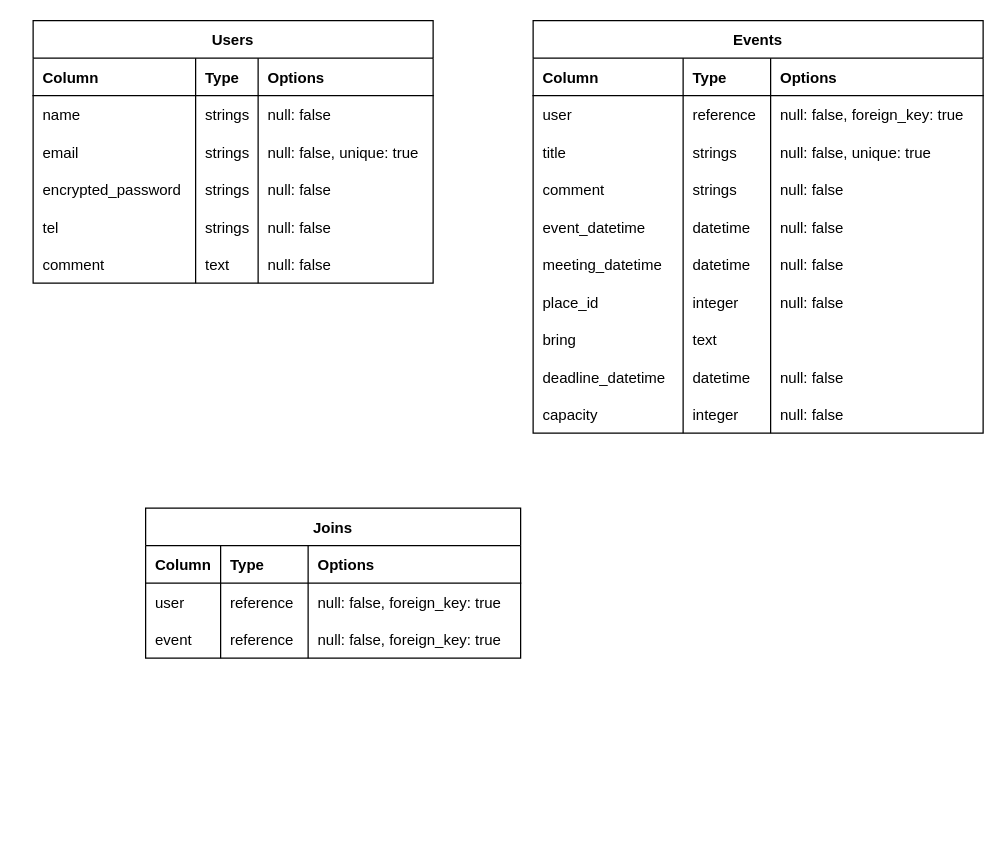
s-inoway/event_reserve keeps this draw.io diagram as ERmap.dio. Above is the earlier version. Source tidied: cells renumbered, new cells numbered last; positions are measured from the earlier drawing's top-left corner, leaving out a move shared by most shapes. Both pictures are drawn from the tidied source at 125%, with x=0, y=0 at pixel (32, 20).
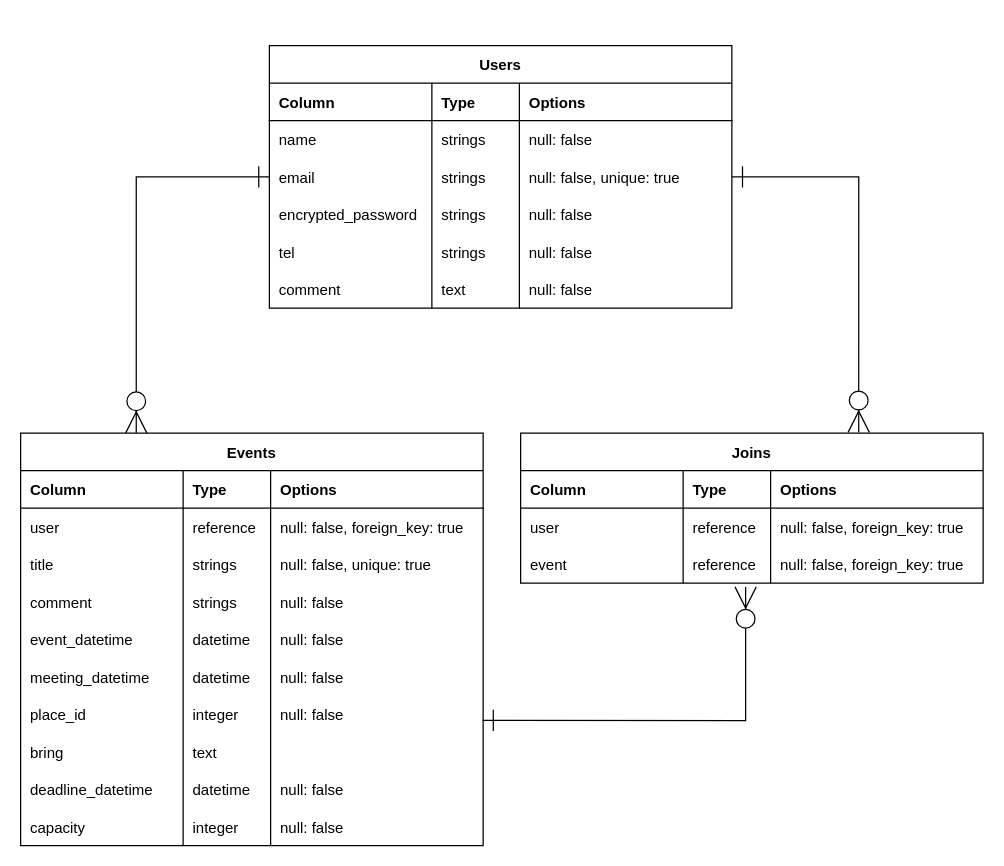
The same page after the edit.

Change to the diagram source:
```diff
@@
+    <mxCell id="81" style="edgeStyle=orthogonalEdgeStyle;rounded=0;jettySize=auto;html=1;entryX=0.25;entryY=0;entryDx=0;entryDy=0;exitX=0;exitY=0.5;exitDx=0;exitDy=0;endArrow=ERzeroToMany;endFill=1;endSize=15;startSize=15;startArrow=ERone;startFill=0;" parent="1" edge="1" source="11" target="27">
+      <mxGeometry relative="1" as="geometry" />
+    </mxCell>
     <mxCell id="2" value="Users" style="shape=table;startSize=30;childLayout=tableLayout;rowLines=0;fontStyle=1;align=center;flipV=0;flipH=0;" parent="1" vertex="1">
-      <mxGeometry width="320" height="210" as="geometry" />
+      <mxGeometry x="189" y="20" width="370" height="210" as="geometry" />
     </mxCell>
     <mxCell id="3" style="shape=partialRectangle;fillColor=none;top=0;left=0;bottom=1;right=0;labelBorderColor=#000000;" parent="2" vertex="1">
-      <mxGeometry y="30" width="320" height="30" as="geometry" />
+      <mxGeometry y="30" width="370" height="30" as="geometry" />
     </mxCell>
@@
     <mxCell id="5" value="Type" style="shape=partialRectangle;fillColor=none;top=0;left=0;bottom=0;right=0;align=left;spacingLeft=6;overflow=hidden;fontStyle=1;" parent="3" vertex="1">
-      <mxGeometry x="130" width="50" height="30" as="geometry" />
+      <mxGeometry x="130" width="70" height="30" as="geometry" />
     </mxCell>
     <mxCell id="6" value="Options" style="shape=partialRectangle;fillColor=none;top=0;left=0;bottom=0;right=0;align=left;spacingLeft=6;overflow=hidden;fontStyle=1;" parent="3" vertex="1">
-      <mxGeometry x="180" width="140" height="30" as="geometry" />
+      <mxGeometry x="200" width="170" height="30" as="geometry" />
     </mxCell>
     <mxCell id="7" style="shape=partialRectangle;fillColor=none;top=0;left=0;bottom=0;right=0;" parent="2" vertex="1">
-      <mxGeometry y="60" width="320" height="30" as="geometry" />
+      <mxGeometry y="60" width="370" height="30" as="geometry" />
     </mxCell>
@@
     <mxCell id="9" value="strings" style="shape=partialRectangle;fillColor=none;top=0;left=0;bottom=0;right=0;align=left;spacingLeft=6;overflow=hidden;" parent="7" vertex="1">
-      <mxGeometry x="130" width="50" height="30" as="geometry" />
+      <mxGeometry x="130" width="70" height="30" as="geometry" />
     </mxCell>
     <mxCell id="10" value="null: false" style="shape=partialRectangle;fillColor=none;top=0;left=0;bottom=0;right=0;align=left;spacingLeft=6;overflow=hidden;" parent="7" vertex="1">
-      <mxGeometry x="180" width="140" height="30" as="geometry" />
+      <mxGeometry x="200" width="170" height="30" as="geometry" />
     </mxCell>
     <mxCell id="11" style="shape=partialRectangle;fillColor=none;top=0;left=0;bottom=0;right=0;points=[[0,0.5],[1,0.5]];portConstraint=eastwest;" parent="2" vertex="1">
-      <mxGeometry y="90" width="320" height="30" as="geometry" />
+      <mxGeometry y="90" width="370" height="30" as="geometry" />
     </mxCell>
@@
     <mxCell id="13" value="strings" style="shape=partialRectangle;fillColor=none;top=0;left=0;bottom=0;right=0;align=left;spacingLeft=6;overflow=hidden;" parent="11" vertex="1">
-      <mxGeometry x="130" width="50" height="30" as="geometry" />
+      <mxGeometry x="130" width="70" height="30" as="geometry" />
     </mxCell>
     <mxCell id="14" value="null: false, unique: true" style="shape=partialRectangle;fillColor=none;top=0;left=0;bottom=0;right=0;align=left;spacingLeft=6;overflow=hidden;" parent="11" vertex="1">
-      <mxGeometry x="180" width="140" height="30" as="geometry" />
+      <mxGeometry x="200" width="170" height="30" as="geometry" />
     </mxCell>
     <mxCell id="15" style="shape=partialRectangle;fillColor=none;top=0;left=0;bottom=0;right=0;" parent="2" vertex="1">
-      <mxGeometry y="120" width="320" height="30" as="geometry" />
+      <mxGeometry y="120" width="370" height="30" as="geometry" />
     </mxCell>
@@
     <mxCell id="17" value="strings" style="shape=partialRectangle;fillColor=none;top=0;left=0;bottom=0;right=0;align=left;spacingLeft=6;overflow=hidden;" parent="15" vertex="1">
-      <mxGeometry x="130" width="50" height="30" as="geometry" />
+      <mxGeometry x="130" width="70" height="30" as="geometry" />
     </mxCell>
     <mxCell id="18" value="null: false" style="shape=partialRectangle;fillColor=none;top=0;left=0;bottom=0;right=0;align=left;spacingLeft=6;overflow=hidden;" parent="15" vertex="1">
-      <mxGeometry x="180" width="140" height="30" as="geometry" />
+      <mxGeometry x="200" width="170" height="30" as="geometry" />
     </mxCell>
     <mxCell id="19" style="shape=partialRectangle;fillColor=none;top=0;left=0;bottom=0;right=0;" parent="2" vertex="1">
-      <mxGeometry y="150" width="320" height="30" as="geometry" />
+      <mxGeometry y="150" width="370" height="30" as="geometry" />
     </mxCell>
@@
     <mxCell id="21" value="strings" style="shape=partialRectangle;fillColor=none;top=0;left=0;bottom=0;right=0;align=left;spacingLeft=6;overflow=hidden;" parent="19" vertex="1">
-      <mxGeometry x="130" width="50" height="30" as="geometry" />
+      <mxGeometry x="130" width="70" height="30" as="geometry" />
     </mxCell>
     <mxCell id="22" value="null: false" style="shape=partialRectangle;fillColor=none;top=0;left=0;bottom=0;right=0;align=left;spacingLeft=6;overflow=hidden;" parent="19" vertex="1">
-      <mxGeometry x="180" width="140" height="30" as="geometry" />
+      <mxGeometry x="200" width="170" height="30" as="geometry" />
     </mxCell>
     <mxCell id="23" style="shape=partialRectangle;fillColor=none;top=0;left=0;bottom=0;right=0;" parent="2" vertex="1">
-      <mxGeometry y="180" width="320" height="30" as="geometry" />
+      <mxGeometry y="180" width="370" height="30" as="geometry" />
     </mxCell>
@@
     <mxCell id="25" value="text" style="shape=partialRectangle;fillColor=none;top=0;left=0;bottom=0;right=0;align=left;spacingLeft=6;overflow=hidden;" parent="23" vertex="1">
-      <mxGeometry x="130" width="50" height="30" as="geometry" />
+      <mxGeometry x="130" width="70" height="30" as="geometry" />
     </mxCell>
     <mxCell id="26" value="null: false" style="shape=partialRectangle;fillColor=none;top=0;left=0;bottom=0;right=0;align=left;spacingLeft=6;overflow=hidden;" parent="23" vertex="1">
-      <mxGeometry x="180" width="140" height="30" as="geometry" />
+      <mxGeometry x="200" width="170" height="30" as="geometry" />
     </mxCell>
     <mxCell id="27" value="Events" style="shape=table;startSize=30;childLayout=tableLayout;rowLines=0;fontStyle=1;align=center;flipV=0;flipH=0;" parent="1" vertex="1">
-      <mxGeometry x="400" width="360" height="330" as="geometry" />
+      <mxGeometry x="-10" y="330" width="370" height="330" as="geometry" />
     </mxCell>
     <mxCell id="28" style="shape=partialRectangle;fillColor=none;top=0;left=0;bottom=1;right=0;labelBorderColor=#000000;" parent="27" vertex="1">
-      <mxGeometry y="30" width="360" height="30" as="geometry" />
+      <mxGeometry y="30" width="370" height="30" as="geometry" />
     </mxCell>
     <mxCell id="29" value="Column" style="shape=partialRectangle;fillColor=none;top=0;left=0;bottom=0;right=0;align=left;spacingLeft=6;overflow=hidden;fontStyle=1;" parent="28" vertex="1">
-      <mxGeometry width="120" height="30" as="geometry" />
+      <mxGeometry width="130" height="30" as="geometry" />
     </mxCell>
     <mxCell id="30" value="Type" style="shape=partialRectangle;fillColor=none;top=0;left=0;bottom=0;right=0;align=left;spacingLeft=6;overflow=hidden;fontStyle=1;" parent="28" vertex="1">
-      <mxGeometry x="120" width="70" height="30" as="geometry" />
+      <mxGeometry x="130" width="70" height="30" as="geometry" />
     </mxCell>
     <mxCell id="31" value="Options" style="shape=partialRectangle;fillColor=none;top=0;left=0;bottom=0;right=0;align=left;spacingLeft=6;overflow=hidden;fontStyle=1;" parent="28" vertex="1">
-      <mxGeometry x="190" width="170" height="30" as="geometry" />
+      <mxGeometry x="200" width="170" height="30" as="geometry" />
     </mxCell>
     <mxCell id="32" style="shape=partialRectangle;fillColor=none;top=0;left=0;bottom=0;right=0;" parent="27" vertex="1">
-      <mxGeometry y="60" width="360" height="30" as="geometry" />
+      <mxGeometry y="60" width="370" height="30" as="geometry" />
     </mxCell>
     <mxCell id="33" value="user" style="shape=partialRectangle;fillColor=none;top=0;left=0;bottom=0;right=0;align=left;spacingLeft=6;overflow=hidden;" parent="32" vertex="1">
-      <mxGeometry width="120" height="30" as="geometry" />
+      <mxGeometry width="130" height="30" as="geometry" />
     </mxCell>
     <mxCell id="34" value="reference" style="shape=partialRectangle;fillColor=none;top=0;left=0;bottom=0;right=0;align=left;spacingLeft=6;overflow=hidden;" parent="32" vertex="1">
-      <mxGeometry x="120" width="70" height="30" as="geometry" />
+      <mxGeometry x="130" width="70" height="30" as="geometry" />
     </mxCell>
     <mxCell id="35" value="null: false, foreign_key: true" style="shape=partialRectangle;fillColor=none;top=0;left=0;bottom=0;right=0;align=left;spacingLeft=6;overflow=hidden;" parent="32" vertex="1">
-      <mxGeometry x="190" width="170" height="30" as="geometry" />
+      <mxGeometry x="200" width="170" height="30" as="geometry" />
     </mxCell>
     <mxCell id="36" style="shape=partialRectangle;fillColor=none;top=0;left=0;bottom=0;right=0;" parent="27" vertex="1">
-      <mxGeometry y="90" width="360" height="30" as="geometry" />
+      <mxGeometry y="90" width="370" height="30" as="geometry" />
     </mxCell>
     <mxCell id="37" value="title" style="shape=partialRectangle;fillColor=none;top=0;left=0;bottom=0;right=0;align=left;spacingLeft=6;overflow=hidden;" parent="36" vertex="1">
-      <mxGeometry width="120" height="30" as="geometry" />
+      <mxGeometry width="130" height="30" as="geometry" />
     </mxCell>
     <mxCell id="38" value="strings" style="shape=partialRectangle;fillColor=none;top=0;left=0;bottom=0;right=0;align=left;spacingLeft=6;overflow=hidden;" parent="36" vertex="1">
-      <mxGeometry x="120" width="70" height="30" as="geometry" />
+      <mxGeometry x="130" width="70" height="30" as="geometry" />
     </mxCell>
     <mxCell id="39" value="null: false, unique: true" style="shape=partialRectangle;fillColor=none;top=0;left=0;bottom=0;right=0;align=left;spacingLeft=6;overflow=hidden;" parent="36" vertex="1">
-      <mxGeometry x="190" width="170" height="30" as="geometry" />
+      <mxGeometry x="200" width="170" height="30" as="geometry" />
     </mxCell>
     <mxCell id="40" style="shape=partialRectangle;fillColor=none;top=0;left=0;bottom=0;right=0;" parent="27" vertex="1">
-      <mxGeometry y="120" width="360" height="30" as="geometry" />
+      <mxGeometry y="120" width="370" height="30" as="geometry" />
     </mxCell>
     <mxCell id="41" value="comment" style="shape=partialRectangle;fillColor=none;top=0;left=0;bottom=0;right=0;align=left;spacingLeft=6;overflow=hidden;" parent="40" vertex="1">
-      <mxGeometry width="120" height="30" as="geometry" />
+      <mxGeometry width="130" height="30" as="geometry" />
     </mxCell>
     <mxCell id="42" value="strings" style="shape=partialRectangle;fillColor=none;top=0;left=0;bottom=0;right=0;align=left;spacingLeft=6;overflow=hidden;" parent="40" vertex="1">
-      <mxGeometry x="120" width="70" height="30" as="geometry" />
+      <mxGeometry x="130" width="70" height="30" as="geometry" />
     </mxCell>
     <mxCell id="43" value="null: false" style="shape=partialRectangle;fillColor=none;top=0;left=0;bottom=0;right=0;align=left;spacingLeft=6;overflow=hidden;" parent="40" vertex="1">
-      <mxGeometry x="190" width="170" height="30" as="geometry" />
+      <mxGeometry x="200" width="170" height="30" as="geometry" />
     </mxCell>
     <mxCell id="44" style="shape=partialRectangle;fillColor=none;top=0;left=0;bottom=0;right=0;" parent="27" vertex="1">
-      <mxGeometry y="150" width="360" height="30" as="geometry" />
+      <mxGeometry y="150" width="370" height="30" as="geometry" />
     </mxCell>
     <mxCell id="45" value="event_datetime" style="shape=partialRectangle;fillColor=none;top=0;left=0;bottom=0;right=0;align=left;spacingLeft=6;overflow=hidden;" parent="44" vertex="1">
-      <mxGeometry width="120" height="30" as="geometry" />
+      <mxGeometry width="130" height="30" as="geometry" />
     </mxCell>
     <mxCell id="46" value="datetime" style="shape=partialRectangle;fillColor=none;top=0;left=0;bottom=0;right=0;align=left;spacingLeft=6;overflow=hidden;" parent="44" vertex="1">
-      <mxGeometry x="120" width="70" height="30" as="geometry" />
+      <mxGeometry x="130" width="70" height="30" as="geometry" />
     </mxCell>
     <mxCell id="47" value="null: false" style="shape=partialRectangle;fillColor=none;top=0;left=0;bottom=0;right=0;align=left;spacingLeft=6;overflow=hidden;" parent="44" vertex="1">
-      <mxGeometry x="190" width="170" height="30" as="geometry" />
+      <mxGeometry x="200" width="170" height="30" as="geometry" />
     </mxCell>
     <mxCell id="48" style="shape=partialRectangle;fillColor=none;top=0;left=0;bottom=0;right=0;" parent="27" vertex="1">
-      <mxGeometry y="180" width="360" height="30" as="geometry" />
+      <mxGeometry y="180" width="370" height="30" as="geometry" />
     </mxCell>
     <mxCell id="49" value="meeting_datetime" style="shape=partialRectangle;fillColor=none;top=0;left=0;bottom=0;right=0;align=left;spacingLeft=6;overflow=hidden;" parent="48" vertex="1">
-      <mxGeometry width="120" height="30" as="geometry" />
+      <mxGeometry width="130" height="30" as="geometry" />
     </mxCell>
     <mxCell id="50" value="datetime" style="shape=partialRectangle;fillColor=none;top=0;left=0;bottom=0;right=0;align=left;spacingLeft=6;overflow=hidden;" parent="48" vertex="1">
-      <mxGeometry x="120" width="70" height="30" as="geometry" />
+      <mxGeometry x="130" width="70" height="30" as="geometry" />
     </mxCell>
     <mxCell id="51" value="null: false" style="shape=partialRectangle;fillColor=none;top=0;left=0;bottom=0;right=0;align=left;spacingLeft=6;overflow=hidden;" parent="48" vertex="1">
-      <mxGeometry x="190" width="170" height="30" as="geometry" />
+      <mxGeometry x="200" width="170" height="30" as="geometry" />
     </mxCell>
     <mxCell id="52" style="shape=partialRectangle;fillColor=none;top=0;left=0;bottom=0;right=0;points=[[0,0.5],[1,0.5]];portConstraint=eastwest;" parent="27" vertex="1">
-      <mxGeometry y="210" width="360" height="30" as="geometry" />
+      <mxGeometry y="210" width="370" height="30" as="geometry" />
     </mxCell>
     <mxCell id="53" value="place_id" style="shape=partialRectangle;fillColor=none;top=0;left=0;bottom=0;right=0;align=left;spacingLeft=6;overflow=hidden;" parent="52" vertex="1">
-      <mxGeometry width="120" height="30" as="geometry" />
+      <mxGeometry width="130" height="30" as="geometry" />
     </mxCell>
     <mxCell id="54" value="integer" style="shape=partialRectangle;fillColor=none;top=0;left=0;bottom=0;right=0;align=left;spacingLeft=6;overflow=hidden;" parent="52" vertex="1">
-      <mxGeometry x="120" width="70" height="30" as="geometry" />
+      <mxGeometry x="130" width="70" height="30" as="geometry" />
     </mxCell>
     <mxCell id="55" value="null: false" style="shape=partialRectangle;fillColor=none;top=0;left=0;bottom=0;right=0;align=left;spacingLeft=6;overflow=hidden;" parent="52" vertex="1">
-      <mxGeometry x="190" width="170" height="30" as="geometry" />
+      <mxGeometry x="200" width="170" height="30" as="geometry" />
     </mxCell>
     <mxCell id="56" style="shape=partialRectangle;fillColor=none;top=0;left=0;bottom=0;right=0;" parent="27" vertex="1">
-      <mxGeometry y="240" width="360" height="30" as="geometry" />
+      <mxGeometry y="240" width="370" height="30" as="geometry" />
     </mxCell>
     <mxCell id="57" value="bring" style="shape=partialRectangle;fillColor=none;top=0;left=0;bottom=0;right=0;align=left;spacingLeft=6;overflow=hidden;" parent="56" vertex="1">
-      <mxGeometry width="120" height="30" as="geometry" />
+      <mxGeometry width="130" height="30" as="geometry" />
     </mxCell>
     <mxCell id="58" value="text" style="shape=partialRectangle;fillColor=none;top=0;left=0;bottom=0;right=0;align=left;spacingLeft=6;overflow=hidden;" parent="56" vertex="1">
-      <mxGeometry x="120" width="70" height="30" as="geometry" />
+      <mxGeometry x="130" width="70" height="30" as="geometry" />
     </mxCell>
     <mxCell id="59" style="shape=partialRectangle;fillColor=none;top=0;left=0;bottom=0;right=0;align=left;spacingLeft=6;overflow=hidden;" parent="56" vertex="1">
-      <mxGeometry x="190" width="170" height="30" as="geometry" />
+      <mxGeometry x="200" width="170" height="30" as="geometry" />
     </mxCell>
     <mxCell id="60" style="shape=partialRectangle;fillColor=none;top=0;left=0;bottom=0;right=0;" parent="27" vertex="1">
-      <mxGeometry y="270" width="360" height="30" as="geometry" />
+      <mxGeometry y="270" width="370" height="30" as="geometry" />
     </mxCell>
     <mxCell id="61" value="deadline_datetime" style="shape=partialRectangle;fillColor=none;top=0;left=0;bottom=0;right=0;align=left;spacingLeft=6;overflow=hidden;" parent="60" vertex="1">
-      <mxGeometry width="120" height="30" as="geometry" />
+      <mxGeometry width="130" height="30" as="geometry" />
     </mxCell>
     <mxCell id="62" value="datetime" style="shape=partialRectangle;fillColor=none;top=0;left=0;bottom=0;right=0;align=left;spacingLeft=6;overflow=hidden;" parent="60" vertex="1">
-      <mxGeometry x="120" width="70" height="30" as="geometry" />
+      <mxGeometry x="130" width="70" height="30" as="geometry" />
     </mxCell>
     <mxCell id="63" value="null: false" style="shape=partialRectangle;fillColor=none;top=0;left=0;bottom=0;right=0;align=left;spacingLeft=6;overflow=hidden;" parent="60" vertex="1">
-      <mxGeometry x="190" width="170" height="30" as="geometry" />
+      <mxGeometry x="200" width="170" height="30" as="geometry" />
     </mxCell>
     <mxCell id="64" style="shape=partialRectangle;fillColor=none;top=0;left=0;bottom=0;right=0;" parent="27" vertex="1">
-      <mxGeometry y="300" width="360" height="30" as="geometry" />
+      <mxGeometry y="300" width="370" height="30" as="geometry" />
     </mxCell>
     <mxCell id="65" value="capacity" style="shape=partialRectangle;fillColor=none;top=0;left=0;bottom=0;right=0;align=left;spacingLeft=6;overflow=hidden;" parent="64" vertex="1">
-      <mxGeometry width="120" height="30" as="geometry" />
+      <mxGeometry width="130" height="30" as="geometry" />
     </mxCell>
     <mxCell id="66" value="integer" style="shape=partialRectangle;fillColor=none;top=0;left=0;bottom=0;right=0;align=left;spacingLeft=6;overflow=hidden;" parent="64" vertex="1">
-      <mxGeometry x="120" width="70" height="30" as="geometry" />
+      <mxGeometry x="130" width="70" height="30" as="geometry" />
     </mxCell>
     <mxCell id="67" value="null: false" style="shape=partialRectangle;fillColor=none;top=0;left=0;bottom=0;right=0;align=left;spacingLeft=6;overflow=hidden;" parent="64" vertex="1">
-      <mxGeometry x="190" width="170" height="30" as="geometry" />
+      <mxGeometry x="200" width="170" height="30" as="geometry" />
     </mxCell>
     <mxCell id="68" value="Joins" style="shape=table;startSize=30;childLayout=tableLayout;rowLines=0;fontStyle=1;align=center;flipV=0;flipH=0;" parent="1" vertex="1">
-      <mxGeometry x="90" y="390" width="300" height="120" as="geometry" />
+      <mxGeometry x="390" y="330" width="370" height="120" as="geometry" />
     </mxCell>
     <mxCell id="69" style="shape=partialRectangle;fillColor=none;top=0;left=0;bottom=1;right=0;labelBorderColor=#000000;" parent="68" vertex="1">
-      <mxGeometry y="30" width="300" height="30" as="geometry" />
+      <mxGeometry y="30" width="370" height="30" as="geometry" />
     </mxCell>
     <mxCell id="70" value="Column" style="shape=partialRectangle;fillColor=none;top=0;left=0;bottom=0;right=0;align=left;spacingLeft=6;overflow=hidden;fontStyle=1;" parent="69" vertex="1">
-      <mxGeometry width="60" height="30" as="geometry" />
+      <mxGeometry width="130" height="30" as="geometry" />
     </mxCell>
     <mxCell id="71" value="Type" style="shape=partialRectangle;fillColor=none;top=0;left=0;bottom=0;right=0;align=left;spacingLeft=6;overflow=hidden;fontStyle=1;" parent="69" vertex="1">
-      <mxGeometry x="60" width="70" height="30" as="geometry" />
+      <mxGeometry x="130" width="70" height="30" as="geometry" />
     </mxCell>
     <mxCell id="72" value="Options" style="shape=partialRectangle;fillColor=none;top=0;left=0;bottom=0;right=0;align=left;spacingLeft=6;overflow=hidden;fontStyle=1;" parent="69" vertex="1">
-      <mxGeometry x="130" width="170" height="30" as="geometry" />
+      <mxGeometry x="200" width="170" height="30" as="geometry" />
     </mxCell>
     <mxCell id="73" style="shape=partialRectangle;fillColor=none;top=0;left=0;bottom=0;right=0;" parent="68" vertex="1">
-      <mxGeometry y="60" width="300" height="30" as="geometry" />
+      <mxGeometry y="60" width="370" height="30" as="geometry" />
     </mxCell>
     <mxCell id="74" value="user" style="shape=partialRectangle;fillColor=none;top=0;left=0;bottom=0;right=0;align=left;spacingLeft=6;overflow=hidden;" parent="73" vertex="1">
-      <mxGeometry width="60" height="30" as="geometry" />
+      <mxGeometry width="130" height="30" as="geometry" />
     </mxCell>
     <mxCell id="75" value="reference" style="shape=partialRectangle;fillColor=none;top=0;left=0;bottom=0;right=0;align=left;spacingLeft=6;overflow=hidden;" parent="73" vertex="1">
-      <mxGeometry x="60" width="70" height="30" as="geometry" />
+      <mxGeometry x="130" width="70" height="30" as="geometry" />
     </mxCell>
     <mxCell id="76" value="null: false, foreign_key: true" style="shape=partialRectangle;fillColor=none;top=0;left=0;bottom=0;right=0;align=left;spacingLeft=6;overflow=hidden;" parent="73" vertex="1">
-      <mxGeometry x="130" width="170" height="30" as="geometry" />
+      <mxGeometry x="200" width="170" height="30" as="geometry" />
     </mxCell>
     <mxCell id="77" style="shape=partialRectangle;fillColor=none;top=0;left=0;bottom=0;right=0;" parent="68" vertex="1">
-      <mxGeometry y="90" width="300" height="30" as="geometry" />
+      <mxGeometry y="90" width="370" height="30" as="geometry" />
     </mxCell>
     <mxCell id="78" value="event" style="shape=partialRectangle;fillColor=none;top=0;left=0;bottom=0;right=0;align=left;spacingLeft=6;overflow=hidden;" parent="77" vertex="1">
-      <mxGeometry width="60" height="30" as="geometry" />
+      <mxGeometry width="130" height="30" as="geometry" />
     </mxCell>
     <mxCell id="79" value="reference" style="shape=partialRectangle;fillColor=none;top=0;left=0;bottom=0;right=0;align=left;spacingLeft=6;overflow=hidden;" parent="77" vertex="1">
-      <mxGeometry x="60" width="70" height="30" as="geometry" />
+      <mxGeometry x="130" width="70" height="30" as="geometry" />
     </mxCell>
     <mxCell id="80" value="null: false, foreign_key: true" style="shape=partialRectangle;fillColor=none;top=0;left=0;bottom=0;right=0;align=left;spacingLeft=6;overflow=hidden;" parent="77" vertex="1">
-      <mxGeometry x="130" width="170" height="30" as="geometry" />
+      <mxGeometry x="200" width="170" height="30" as="geometry" />
     </mxCell>
+    <mxCell id="82" style="edgeStyle=orthogonalEdgeStyle;rounded=0;jettySize=auto;html=1;exitX=0.999;exitY=0.662;exitDx=0;exitDy=0;exitPerimeter=0;endArrow=ERzeroToMany;endFill=1;startArrow=ERone;startFill=0;endSize=15;startSize=15;" parent="1" edge="1" source="52">
+      <mxGeometry relative="1" as="geometry">
+        <mxPoint x="570" y="453" as="targetPoint" />
+        <Array as="points">
+          <mxPoint x="570" y="560" />
+          <mxPoint x="570" y="453" />
+        </Array>
+      </mxGeometry>
+    </mxCell>
+    <mxCell id="83" style="edgeStyle=orthogonalEdgeStyle;rounded=0;jettySize=auto;html=1;entryX=0.731;entryY=-0.005;entryDx=0;entryDy=0;entryPerimeter=0;exitX=1;exitY=0.5;exitDx=0;exitDy=0;endArrow=ERzeroToMany;endFill=1;startArrow=ERone;startFill=0;endSize=15;startSize=15;" parent="1" edge="1" source="11" target="68">
+      <mxGeometry relative="1" as="geometry" />
+    </mxCell>
```
